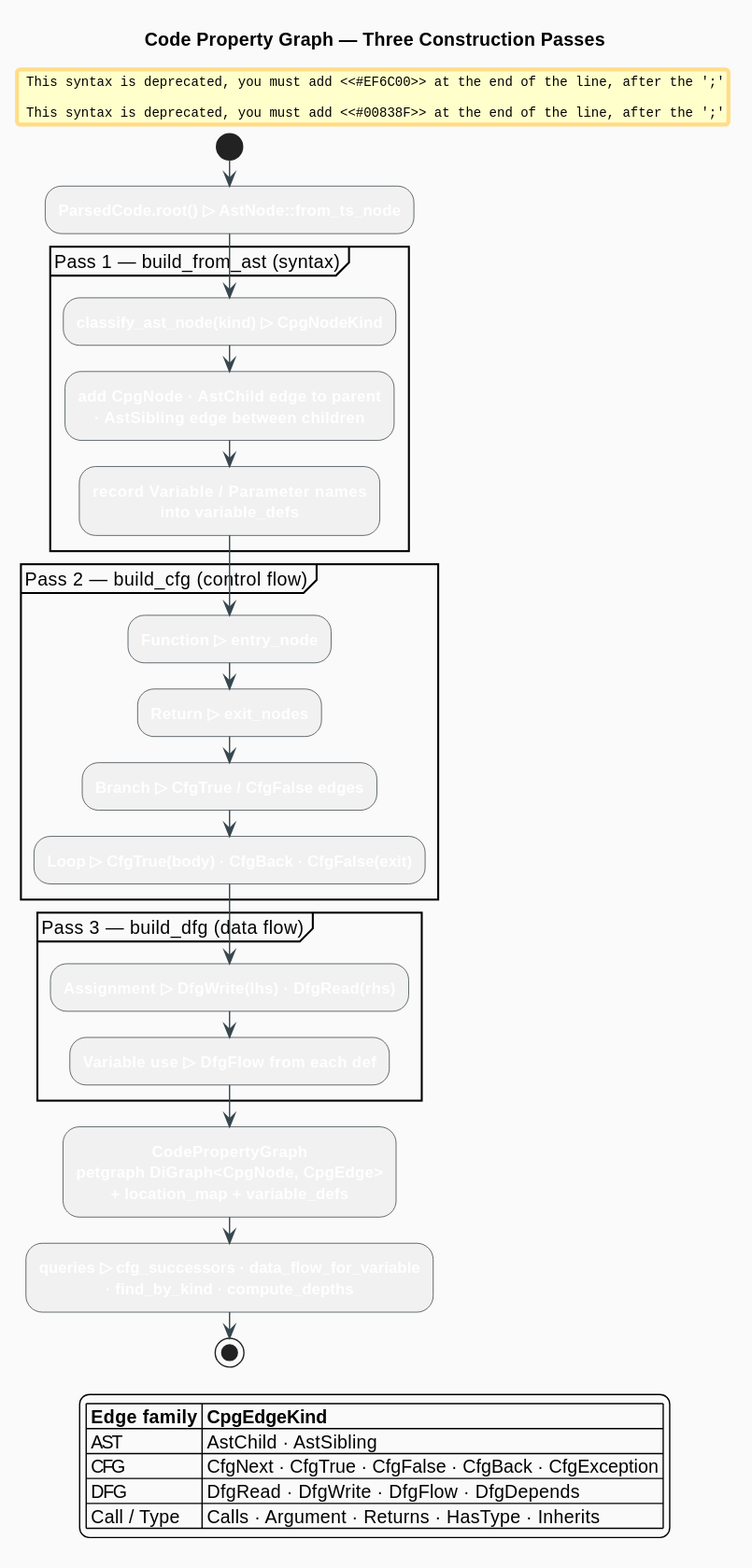
Before: docs/diagrams/code-cpg-construction.svg, a diagram exported from PlantUML (vinary-tree/libgrammstein). The source it was exported from:
```plantuml
@startuml
skinparam backgroundColor #FAFAFA
skinparam shadowing false
skinparam defaultTextAlignment center
skinparam linetype ortho
skinparam ArrowColor #37474F
skinparam activity {
  FontColor white
  FontStyle bold
  BorderColor #263238
}
title Code Property Graph — Three Construction Passes

start
:ParsedCode.root() ▷ AstNode::from_ts_node;
partition "Pass 1 — build_from_ast  (syntax)" {
  #EF6C00:classify_ast_node(kind) ▷ CpgNodeKind;
  #EF6C00:add CpgNode · AstChild edge to parent
· AstSibling edge between children;
  #EF6C00:record Variable / Parameter names
into variable_defs;
}
partition "Pass 2 — build_cfg  (control flow)" {
  #EF6C00:Function ▷ entry_node;
  #EF6C00:Return ▷ exit_nodes;
  #EF6C00:Branch ▷ CfgTrue / CfgFalse edges;
  #EF6C00:Loop ▷ CfgTrue(body) · CfgBack · CfgFalse(exit);
}
partition "Pass 3 — build_dfg  (data flow)" {
  #EF6C00:Assignment ▷ DfgWrite(lhs) · DfgRead(rhs);
  #EF6C00:Variable use ▷ DfgFlow from each def;
}
#00838F:**CodePropertyGraph**
petgraph DiGraph<CpgNode, CpgEdge>
+ location_map + variable_defs;
:queries ▷ cfg_successors · data_flow_for_variable
· find_by_kind · compute_depths;
stop

legend bottom
  |= Edge family |= CpgEdgeKind |
  | AST | AstChild · AstSibling |
  | CFG | CfgNext · CfgTrue · CfgFalse · CfgBack · CfgException |
  | DFG | DfgRead · DfgWrite · DfgFlow · DfgDepends |
  | Call / Type | Calls · Argument · Returns · HasType · Inherits |
endlegend
@enduml
```
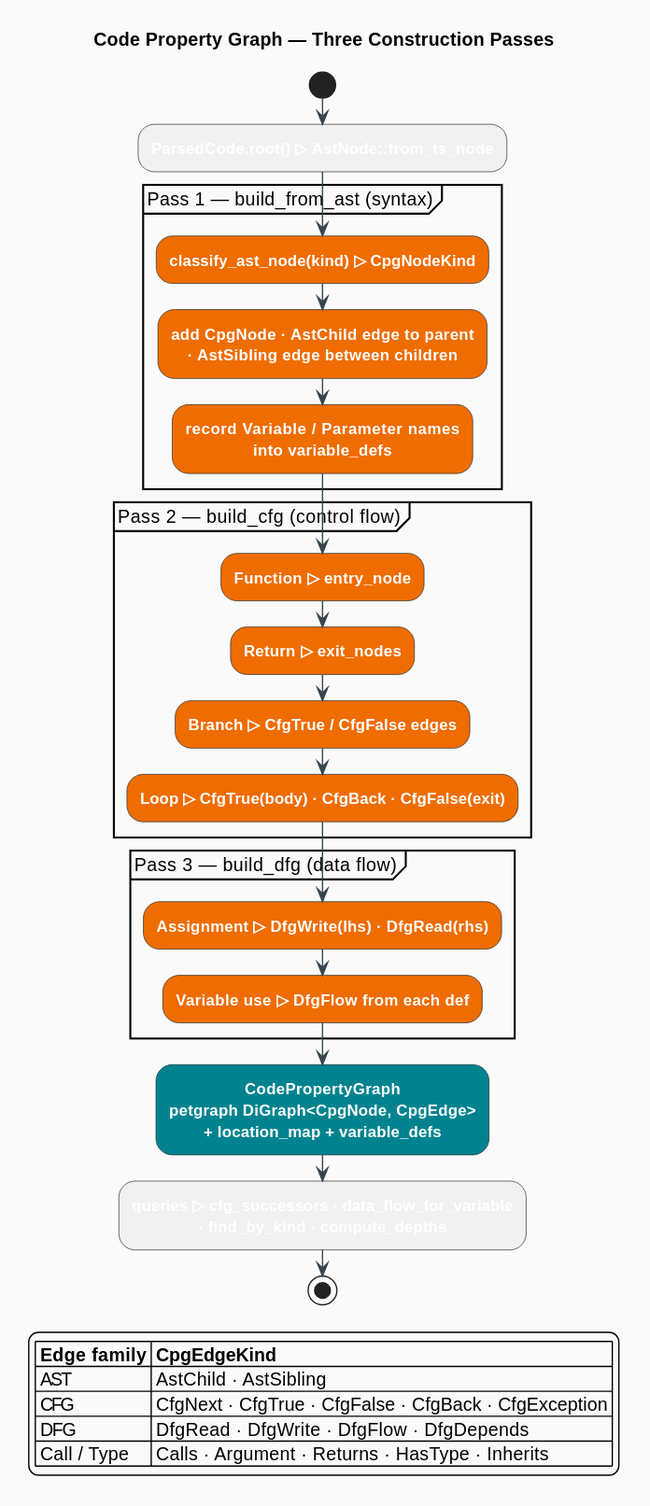
After the change.

Change to the diagram source:
```diff
@@ -14,25 +14,25 @@
 start
 :ParsedCode.root() ▷ AstNode::from_ts_node;
 partition "Pass 1 — build_from_ast  (syntax)" {
-  #EF6C00:classify_ast_node(kind) ▷ CpgNodeKind;
-  #EF6C00:add CpgNode · AstChild edge to parent
-· AstSibling edge between children;
-  #EF6C00:record Variable / Parameter names
-into variable_defs;
+  :classify_ast_node(kind) ▷ CpgNodeKind; <<#EF6C00>>
+  :add CpgNode · AstChild edge to parent
+· AstSibling edge between children; <<#EF6C00>>
+  :record Variable / Parameter names
+into variable_defs; <<#EF6C00>>
 }
 partition "Pass 2 — build_cfg  (control flow)" {
-  #EF6C00:Function ▷ entry_node;
-  #EF6C00:Return ▷ exit_nodes;
-  #EF6C00:Branch ▷ CfgTrue / CfgFalse edges;
-  #EF6C00:Loop ▷ CfgTrue(body) · CfgBack · CfgFalse(exit);
+  :Function ▷ entry_node; <<#EF6C00>>
+  :Return ▷ exit_nodes; <<#EF6C00>>
+  :Branch ▷ CfgTrue / CfgFalse edges; <<#EF6C00>>
+  :Loop ▷ CfgTrue(body) · CfgBack · CfgFalse(exit); <<#EF6C00>>
 }
 partition "Pass 3 — build_dfg  (data flow)" {
-  #EF6C00:Assignment ▷ DfgWrite(lhs) · DfgRead(rhs);
-  #EF6C00:Variable use ▷ DfgFlow from each def;
+  :Assignment ▷ DfgWrite(lhs) · DfgRead(rhs); <<#EF6C00>>
+  :Variable use ▷ DfgFlow from each def; <<#EF6C00>>
 }
-#00838F:**CodePropertyGraph**
+:**CodePropertyGraph**
 petgraph DiGraph<CpgNode, CpgEdge>
-+ location_map + variable_defs;
++ location_map + variable_defs; <<#00838F>>
 :queries ▷ cfg_successors · data_flow_for_variable
 · find_by_kind · compute_depths;
 stop
```
